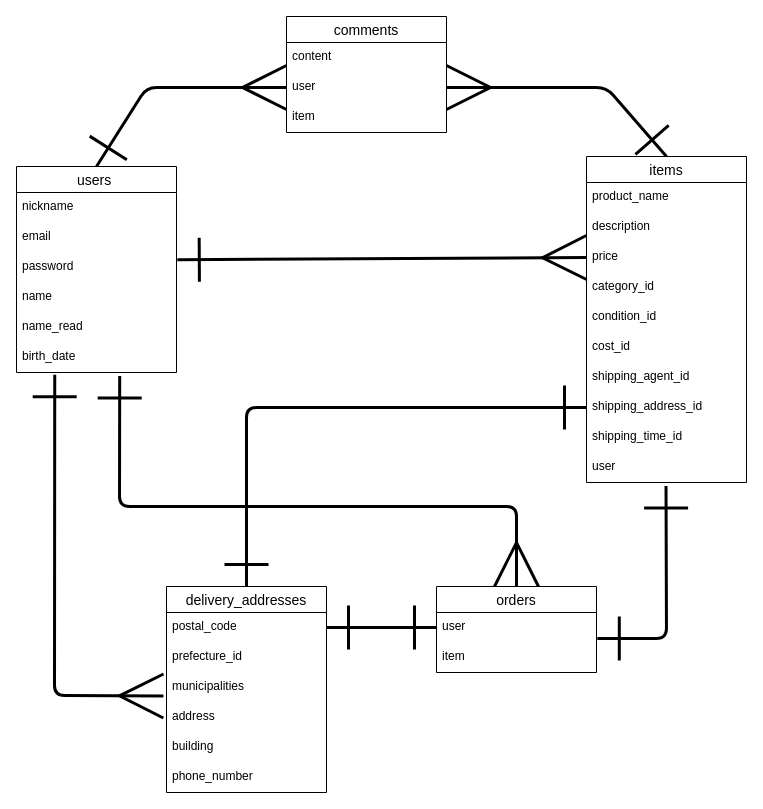
This is ER.dio from umetoyama/furima-37362, a draw.io file, before an edit. Source tidied: cells renumbered, new cells numbered last; positions are measured from the earlier drawing's top-left corner, leaving out a move shared by most shapes. Both pictures are drawn from the tidied source at 100%, with x=0, y=0 at pixel (16, 16).
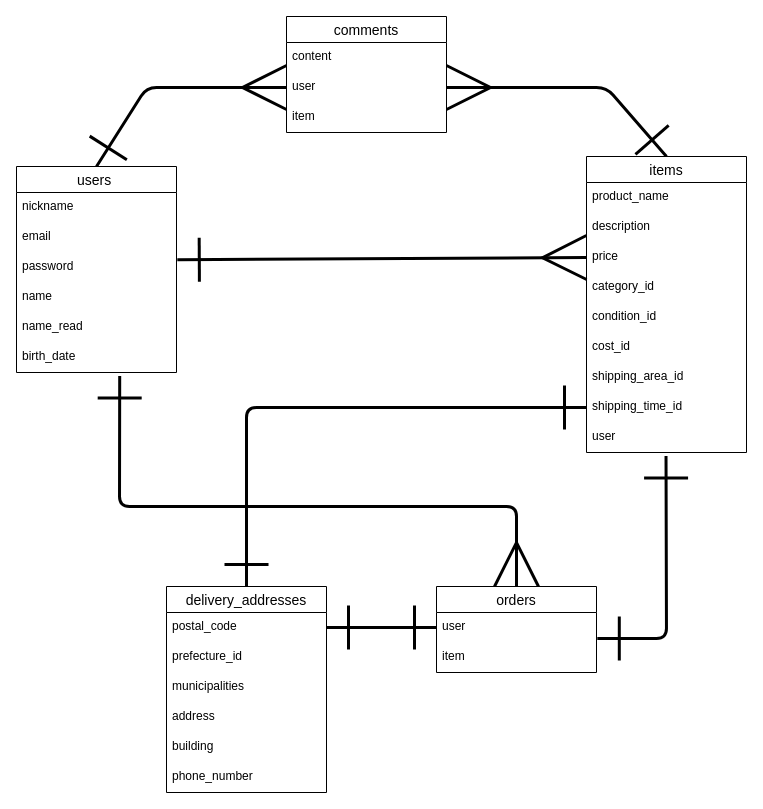
The same page after the edit.

Commit message (it also covers changes not shown here):
データベース設計 修正#2

Unchanged cells that the change refers to:
```xml
<mxCell id="10" value="birth_date" style="text;strokeColor=none;fillColor=none;spacingLeft=4;spacingRight=4;overflow=hidden;points=[[0,0.5],[1,0.5]];portConstraint=eastwest;fontSize=12;" parent="4" vertex="1">
  <mxGeometry y="176" width="160" height="30" as="geometry" />
</mxCell>
<mxCell id="31" value="delivery_addresses" style="swimlane;fontStyle=0;horizontal=1;startSize=26;align=center;fontSize=14;" parent="1" vertex="1">
  <mxGeometry x="150" y="570" width="160" height="206" as="geometry" />
</mxCell>
<mxCell id="34" value="municipalities" style="text;strokeColor=none;fillColor=none;spacingLeft=4;spacingRight=4;overflow=hidden;points=[[0,0.5],[1,0.5]];portConstraint=eastwest;fontSize=12;" parent="31" vertex="1">
  <mxGeometry y="86" width="160" height="30" as="geometry" />
</mxCell>
```

What changed in the source:
```diff
@@
     <mxCell id="12" value="items" style="swimlane;fontStyle=0;horizontal=1;startSize=26;align=center;fontSize=14;" parent="1" vertex="1">
-      <mxGeometry x="570" y="140" width="160" height="326" as="geometry" />
+      <mxGeometry x="570" y="140" width="160" height="296" as="geometry" />
     </mxCell>
@@
-    <mxCell id="19" value="shipping_agent_id" style="text;strokeColor=none;fillColor=none;spacingLeft=4;spacingRight=4;overflow=hidden;fontSize=12;" parent="12" vertex="1">
+    <mxCell id="19" value="shipping_area_id" style="text;strokeColor=none;fillColor=none;spacingLeft=4;spacingRight=4;overflow=hidden;fontSize=12;" parent="12" vertex="1">
       <mxGeometry y="206" width="160" height="30" as="geometry" />
     </mxCell>
-    <mxCell id="20" value="shipping_address_id" style="text;strokeColor=none;fillColor=none;spacingLeft=4;spacingRight=4;overflow=hidden;points=[[0,0.5],[1,0.5]];portConstraint=eastwest;fontSize=12;" parent="12" vertex="1">
-      <mxGeometry y="236" width="160" height="30" as="geometry" />
-    </mxCell>
     <mxCell id="21" value="shipping_time_id" style="text;strokeColor=none;fillColor=none;spacingLeft=4;spacingRight=4;overflow=hidden;fontSize=12;" parent="12" vertex="1">
-      <mxGeometry y="266" width="160" height="30" as="geometry" />
+      <mxGeometry y="236" width="160" height="30" as="geometry" />
     </mxCell>
     <mxCell id="22" value="user" style="text;strokeColor=none;fillColor=none;spacingLeft=4;spacingRight=4;overflow=hidden;points=[[0,0.5],[1,0.5]];portConstraint=eastwest;fontSize=12;" parent="12" vertex="1">
-      <mxGeometry y="296" width="160" height="30" as="geometry" />
+      <mxGeometry y="266" width="160" height="30" as="geometry" />
     </mxCell>
@@
-    <mxCell id="39" style="edgeStyle=none;html=1;exitX=0.239;exitY=1.075;exitDx=0;exitDy=0;entryX=-0.019;entryY=0.783;entryDx=0;entryDy=0;entryPerimeter=0;startArrow=ERone;startFill=0;endArrow=ERmany;endFill=0;startSize=40;endSize=40;strokeWidth=3;exitPerimeter=0;" parent="1" edge="1" source="10" target="34">
-      <mxGeometry relative="1" as="geometry">
-        <Array as="points">
-          <mxPoint x="38" y="679" />
-        </Array>
-      </mxGeometry>
-    </mxCell>
-    <mxCell id="40" style="edgeStyle=none;html=1;exitX=0;exitY=0.5;exitDx=0;exitDy=0;entryX=0.5;entryY=0;entryDx=0;entryDy=0;startArrow=ERone;startFill=0;endArrow=ERone;endFill=0;startSize=40;endSize=40;strokeWidth=3;" parent="1" edge="1" source="20" target="31">
+    <mxCell id="40" style="edgeStyle=none;html=1;exitX=0;exitY=0.5;exitDx=0;exitDy=0;entryX=0.5;entryY=0;entryDx=0;entryDy=0;startArrow=ERone;startFill=0;endArrow=ERone;endFill=0;startSize=40;endSize=40;strokeWidth=3;" parent="1" edge="1" target="31">
       <mxGeometry relative="1" as="geometry">
+        <mxPoint x="570" y="391" as="sourcePoint" />
         <Array as="points">
           <mxPoint x="230" y="391" />
         </Array>
       </mxGeometry>
     </mxCell>
```
